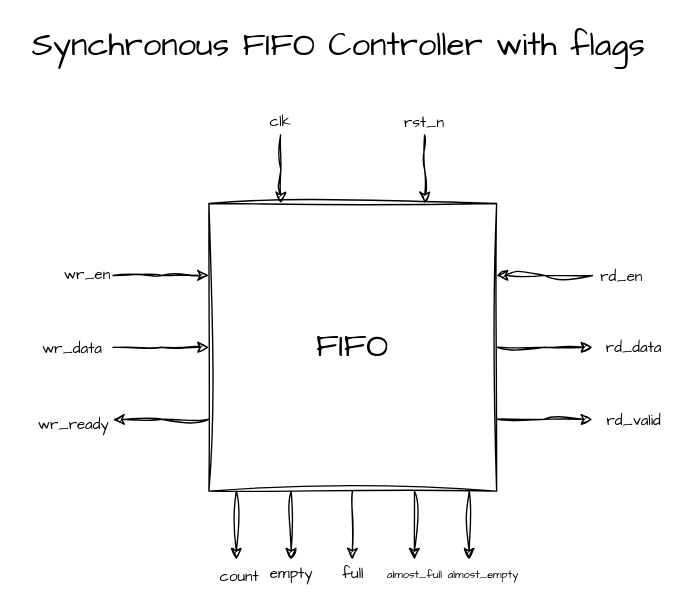
Above: MEDS-Training/module4-tasks/t18_fifo_flags/docs/fifo_ext.drawio in AbdurRahman020/MEDS (draw.io), before the change. Source tidied: cells renumbered, new cells numbered last; positions are measured from the earlier drawing's top-left corner, leaving out a move shared by most shapes. Both pictures are drawn from the tidied source at 137%, with x=0, y=0 at pixel (23, 25).
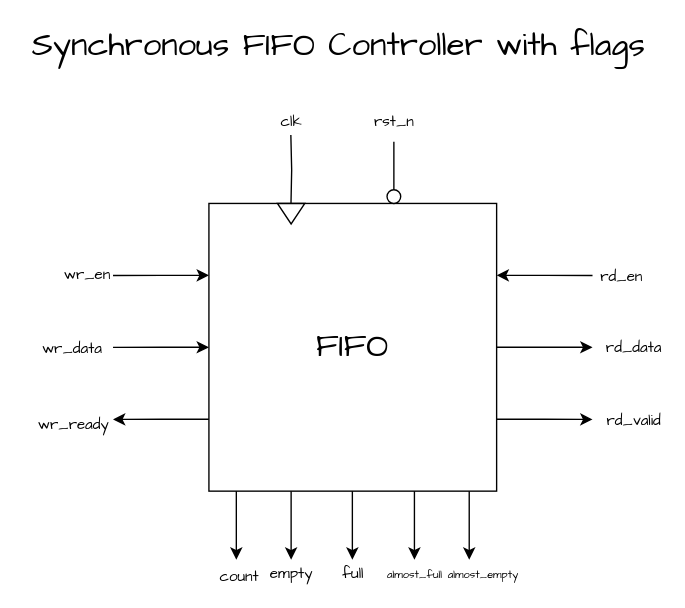
After the change.

Diff of the diagram source:
```diff
@@
-    <mxCell id="2" value="rd_en" style="edgeStyle=orthogonalEdgeStyle;rounded=0;jettySize=auto;html=1;exitX=1;exitY=0.25;exitDx=0;exitDy=0;startArrow=classic;startFill=1;endArrow=none;endFill=0;fontFamily=Comic Sans MS;sketch=1;curveFitting=1;jiggle=2;" parent="1" edge="1" source="13">
+    <mxCell id="2" value="rd_en" style="edgeStyle=orthogonalEdgeStyle;rounded=0;jettySize=auto;html=1;exitX=1;exitY=0.25;exitDx=0;exitDy=0;startArrow=classic;startFill=1;endArrow=none;endFill=0;fontFamily=Comic Sans MS;" parent="1" edge="1" source="13">
       <mxGeometry x="1" y="-20" relative="1" as="geometry">
         <mxPoint x="415" y="182.6" as="targetPoint" />
         <mxPoint x="20" y="-20" as="offset" />
       </mxGeometry>
     </mxCell>
-    <mxCell id="3" value="rd_data" style="edgeStyle=orthogonalEdgeStyle;rounded=0;jettySize=auto;html=1;exitX=1;exitY=0.5;exitDx=0;exitDy=0;startArrow=none;startFill=0;endArrow=classic;endFill=1;fontFamily=Comic Sans MS;sketch=1;curveFitting=1;jiggle=2;" parent="1" edge="1" source="13">
+    <mxCell id="3" value="rd_data" style="edgeStyle=orthogonalEdgeStyle;rounded=0;jettySize=auto;html=1;exitX=1;exitY=0.5;exitDx=0;exitDy=0;startArrow=none;startFill=0;endArrow=classic;endFill=1;fontFamily=Comic Sans MS;" parent="1" edge="1" source="13">
       <mxGeometry x="1" y="30" relative="1" as="geometry">
         <mxPoint x="415" y="235" as="targetPoint" />
         <mxPoint x="30" y="30" as="offset" />
       </mxGeometry>
     </mxCell>
-    <mxCell id="4" value="rd_valid" style="edgeStyle=orthogonalEdgeStyle;rounded=0;jettySize=auto;html=1;exitX=1;exitY=0.75;exitDx=0;exitDy=0;startArrow=none;startFill=0;endArrow=classic;endFill=1;fontFamily=Comic Sans MS;sketch=1;curveFitting=1;jiggle=2;" parent="1" edge="1" source="13">
+    <mxCell id="4" value="rd_valid" style="edgeStyle=orthogonalEdgeStyle;rounded=0;jettySize=auto;html=1;exitX=1;exitY=0.75;exitDx=0;exitDy=0;startArrow=none;startFill=0;endArrow=classic;endFill=1;fontFamily=Comic Sans MS;" parent="1" edge="1" source="13">
       <mxGeometry x="1" y="30" relative="1" as="geometry">
         <mxPoint x="415" y="287.7" as="targetPoint" />
         <mxPoint x="30" y="30" as="offset" />
       </mxGeometry>
     </mxCell>
-    <mxCell id="5" value="clk" style="edgeStyle=orthogonalEdgeStyle;rounded=0;jettySize=auto;html=1;exitX=0.25;exitY=0;exitDx=0;exitDy=0;startArrow=classic;startFill=1;endArrow=none;endFill=0;fontFamily=Comic Sans MS;sketch=1;curveFitting=1;jiggle=2;" parent="1" edge="1" source="13">
-      <mxGeometry x="1" y="-10" relative="1" as="geometry">
-        <mxPoint x="187.3" y="80" as="targetPoint" />
-        <mxPoint x="-10" y="-10" as="offset" />
-      </mxGeometry>
-    </mxCell>
-    <mxCell id="6" value="rst_n" style="edgeStyle=orthogonalEdgeStyle;rounded=0;jettySize=auto;html=1;exitX=0.75;exitY=0;exitDx=0;exitDy=0;startArrow=classic;startFill=1;endArrow=none;endFill=0;fontFamily=Comic Sans MS;sketch=1;curveFitting=1;jiggle=2;" parent="1" edge="1" source="13">
-      <mxGeometry x="1" y="10" relative="1" as="geometry">
-        <mxPoint x="292.4" y="80" as="targetPoint" />
-        <mxPoint x="10" y="-10" as="offset" />
+    <mxCell id="6" value="rst_n" style="edgeStyle=orthogonalEdgeStyle;rounded=0;orthogonalLoop=1;jettySize=auto;html=1;exitX=0.75;exitY=0;exitDx=0;exitDy=0;startArrow=none;startFill=0;endArrow=none;endFill=0;fontFamily=Comic Sans MS;" parent="1" edge="1">
+      <mxGeometry x="1" y="-15" relative="1" as="geometry">
+        <mxPoint x="270" y="120" as="sourcePoint" />
+        <mxPoint x="270" y="85" as="targetPoint" />
+        <mxPoint x="-15" y="-15" as="offset" />
       </mxGeometry>
     </mxCell>
-    <mxCell id="7" style="edgeStyle=orthogonalEdgeStyle;rounded=0;jettySize=auto;html=1;exitX=0;exitY=0.25;exitDx=0;exitDy=0;startArrow=classic;startFill=1;endArrow=none;endFill=0;fontFamily=Comic Sans MS;sketch=1;curveFitting=1;jiggle=2;" parent="1" edge="1" source="13">
+    <mxCell id="7" style="edgeStyle=orthogonalEdgeStyle;rounded=0;jettySize=auto;html=1;exitX=0;exitY=0.25;exitDx=0;exitDy=0;startArrow=classic;startFill=1;endArrow=none;endFill=0;fontFamily=Comic Sans MS;" parent="1" edge="1" source="13">
       <mxGeometry relative="1" as="geometry">
         <mxPoint x="65" y="182.6" as="targetPoint" />
       </mxGeometry>
     </mxCell>
-    <mxCell id="8" value="wr_en" style="edgeLabel;html=1;align=center;verticalAlign=middle;fontFamily=Comic Sans MS;sketch=1;curveFitting=1;jiggle=2;" parent="7" vertex="1">
+    <mxCell id="8" value="wr_en" style="edgeLabel;html=1;align=center;verticalAlign=middle;fontFamily=Comic Sans MS;" parent="7" vertex="1">
       <mxGeometry x="0.3" y="-1" relative="1" as="geometry">
         <mxPoint x="-44" as="offset" />
       </mxGeometry>
     </mxCell>
-    <mxCell id="9" style="edgeStyle=orthogonalEdgeStyle;rounded=0;jettySize=auto;html=1;exitX=0;exitY=0.5;exitDx=0;exitDy=0;startArrow=classic;startFill=1;endArrow=none;endFill=0;fontFamily=Comic Sans MS;sketch=1;curveFitting=1;jiggle=2;" parent="1" edge="1" source="13">
+    <mxCell id="9" style="edgeStyle=orthogonalEdgeStyle;rounded=0;jettySize=auto;html=1;exitX=0;exitY=0.5;exitDx=0;exitDy=0;startArrow=classic;startFill=1;endArrow=none;endFill=0;fontFamily=Comic Sans MS;" parent="1" edge="1" source="13">
       <mxGeometry relative="1" as="geometry">
         <mxPoint x="65" y="235.1" as="targetPoint" />
       </mxGeometry>
     </mxCell>
-    <mxCell id="10" value="wr_data" style="edgeLabel;html=1;align=center;verticalAlign=middle;fontFamily=Comic Sans MS;sketch=1;curveFitting=1;jiggle=2;" parent="9" vertex="1">
+    <mxCell id="10" value="wr_data" style="edgeLabel;html=1;align=center;verticalAlign=middle;fontFamily=Comic Sans MS;" parent="9" vertex="1">
       <mxGeometry x="0.24" y="-1" relative="1" as="geometry">
         <mxPoint x="-57" y="1" as="offset" />
       </mxGeometry>
     </mxCell>
-    <mxCell id="11" style="edgeStyle=orthogonalEdgeStyle;rounded=0;jettySize=auto;html=1;exitX=0;exitY=0.75;exitDx=0;exitDy=0;fontFamily=Comic Sans MS;sketch=1;curveFitting=1;jiggle=2;" parent="1" edge="1" source="13">
+    <mxCell id="11" style="edgeStyle=orthogonalEdgeStyle;rounded=0;jettySize=auto;html=1;exitX=0;exitY=0.75;exitDx=0;exitDy=0;fontFamily=Comic Sans MS;" parent="1" edge="1" source="13">
       <mxGeometry relative="1" as="geometry">
         <mxPoint x="65" y="287.7" as="targetPoint" />
       </mxGeometry>
     </mxCell>
-    <mxCell id="12" value="wr_ready" style="edgeLabel;html=1;align=center;verticalAlign=middle;fontFamily=Comic Sans MS;sketch=1;curveFitting=1;jiggle=2;" parent="11" vertex="1">
+    <mxCell id="12" value="wr_ready" style="edgeLabel;html=1;align=center;verticalAlign=middle;fontFamily=Comic Sans MS;" parent="11" vertex="1">
       <mxGeometry x="-0.01" y="2" relative="1" as="geometry">
         <mxPoint x="-65" as="offset" />
       </mxGeometry>
     </mxCell>
-    <mxCell id="13" value="&lt;font style=&quot;font-size: 24px;&quot;&gt;FIFO&lt;/font&gt;" style="rounded=0;whiteSpace=wrap;html=1;fontFamily=Comic Sans MS;sketch=1;curveFitting=1;jiggle=2;" parent="1" vertex="1">
+    <mxCell id="13" value="&lt;font style=&quot;font-size: 24px;&quot;&gt;FIFO&lt;/font&gt;" style="rounded=0;whiteSpace=wrap;html=1;fontFamily=Comic Sans MS;" parent="1" vertex="1">
       <mxGeometry x="135" y="130" width="210" height="210" as="geometry" />
     </mxCell>
-    <mxCell id="14" value="&lt;font style=&quot;font-size: 24px;&quot;&gt;Synchronous FIFO Controller with flags&lt;/font&gt;" style="text;html=1;whiteSpace=wrap;strokeColor=none;fillColor=none;align=center;verticalAlign=middle;rounded=0;fontFamily=Comic Sans MS;sketch=1;curveFitting=1;jiggle=2;" parent="1" vertex="1">
+    <mxCell id="14" value="&lt;font style=&quot;font-size: 24px;&quot;&gt;Synchronous FIFO Controller with flags&lt;/font&gt;" style="text;html=1;whiteSpace=wrap;strokeColor=none;fillColor=none;align=center;verticalAlign=middle;rounded=0;fontFamily=Comic Sans MS;" parent="1" vertex="1">
       <mxGeometry width="460" height="30" as="geometry" />
     </mxCell>
-    <mxCell id="15" value="&lt;font style=&quot;font-size: 8px;&quot;&gt;almost_empty&lt;/font&gt;" style="endArrow=classic;html=1;rounded=0;exitX=0.668;exitY=1;exitDx=0;exitDy=0;exitPerimeter=0;fontFamily=Comic Sans MS;sketch=1;curveFitting=1;jiggle=2;" parent="1" edge="1">
+    <mxCell id="15" value="&lt;font style=&quot;font-size: 8px;&quot;&gt;almost_empty&lt;/font&gt;" style="endArrow=classic;html=1;rounded=0;exitX=0.668;exitY=1;exitDx=0;exitDy=0;exitPerimeter=0;fontFamily=Comic Sans MS;" parent="1" edge="1">
       <mxGeometry x="1" y="14" relative="1" as="geometry">
         <mxPoint x="325" y="340" as="sourcePoint" />
         <mxPoint x="325" y="390" as="targetPoint" />
         <mxPoint x="-4" y="10" as="offset" />
       </mxGeometry>
     </mxCell>
-    <mxCell id="16" value="empty" style="endArrow=classic;html=1;rounded=0;exitX=0.668;exitY=1;exitDx=0;exitDy=0;exitPerimeter=0;fontFamily=Comic Sans MS;sketch=1;curveFitting=1;jiggle=2;" parent="1" edge="1">
+    <mxCell id="16" value="empty" style="endArrow=classic;html=1;rounded=0;exitX=0.668;exitY=1;exitDx=0;exitDy=0;exitPerimeter=0;fontFamily=Comic Sans MS;" parent="1" edge="1">
       <mxGeometry x="1" y="10" relative="1" as="geometry">
         <mxPoint x="195" y="340" as="sourcePoint" />
         <mxPoint x="195" y="390" as="targetPoint" />
         <mxPoint x="-10" y="10" as="offset" />
       </mxGeometry>
     </mxCell>
-    <mxCell id="17" style="endArrow=classic;html=1;rounded=0;exitX=0.668;exitY=1;exitDx=0;exitDy=0;exitPerimeter=0;fontFamily=Comic Sans MS;sketch=1;curveFitting=1;jiggle=2;" parent="1" edge="1">
+    <mxCell id="17" style="endArrow=classic;html=1;rounded=0;exitX=0.668;exitY=1;exitDx=0;exitDy=0;exitPerimeter=0;fontFamily=Comic Sans MS;" parent="1" edge="1">
       <mxGeometry relative="1" as="geometry">
         <mxPoint x="155" y="340" as="sourcePoint" />
         <mxPoint x="155" y="390" as="targetPoint" />
       </mxGeometry>
     </mxCell>
-    <mxCell id="18" value="count" style="edgeLabel;html=1;align=center;verticalAlign=middle;fontFamily=Comic Sans MS;sketch=1;curveFitting=1;jiggle=2;" parent="17" vertex="1">
+    <mxCell id="18" value="count" style="edgeLabel;html=1;align=center;verticalAlign=middle;fontFamily=Comic Sans MS;" parent="17" vertex="1">
       <mxGeometry x="0.14" y="1" relative="1" as="geometry">
         <mxPoint y="32" as="offset" />
       </mxGeometry>
     </mxCell>
-    <mxCell id="19" value="full" style="endArrow=classic;html=1;rounded=0;exitX=0.668;exitY=1;exitDx=0;exitDy=0;exitPerimeter=0;fontFamily=Comic Sans MS;sketch=1;curveFitting=1;jiggle=2;" parent="1" edge="1">
+    <mxCell id="19" value="full" style="endArrow=classic;html=1;rounded=0;exitX=0.668;exitY=1;exitDx=0;exitDy=0;exitPerimeter=0;fontFamily=Comic Sans MS;" parent="1" edge="1">
       <mxGeometry x="1" y="10" relative="1" as="geometry">
         <mxPoint x="239.7" y="340" as="sourcePoint" />
         <mxPoint x="239.7" y="390" as="targetPoint" />
         <mxPoint x="-10" y="10" as="offset" />
       </mxGeometry>
     </mxCell>
-    <mxCell id="20" value="&lt;font style=&quot;font-size: 8px;&quot;&gt;almost_full&lt;/font&gt;" style="endArrow=classic;html=1;rounded=0;exitX=0.668;exitY=1;exitDx=0;exitDy=0;exitPerimeter=0;fontFamily=Comic Sans MS;sketch=1;curveFitting=1;jiggle=2;" parent="1" edge="1">
+    <mxCell id="20" value="&lt;font style=&quot;font-size: 8px;&quot;&gt;almost_full&lt;/font&gt;" style="endArrow=classic;html=1;rounded=0;exitX=0.668;exitY=1;exitDx=0;exitDy=0;exitPerimeter=0;fontFamily=Comic Sans MS;" parent="1" edge="1">
       <mxGeometry x="1" y="10" relative="1" as="geometry">
         <mxPoint x="285" y="340" as="sourcePoint" />
         <mxPoint x="285" y="390" as="targetPoint" />
         <mxPoint x="-10" y="10" as="offset" />
       </mxGeometry>
     </mxCell>
+    <mxCell id="21" style="triangle;whiteSpace=wrap;html=1;direction=south;" parent="1" vertex="1">
+      <mxGeometry x="185" y="130" width="20" height="15" as="geometry" />
+    </mxCell>
+    <mxCell id="22" style="ellipse;whiteSpace=wrap;html=1;" parent="1" vertex="1">
+      <mxGeometry x="265" y="120" width="10" height="10" as="geometry" />
+    </mxCell>
+    <mxCell id="5" value="clk" style="edgeStyle=orthogonalEdgeStyle;rounded=0;orthogonalLoop=1;jettySize=auto;html=1;exitX=0.75;exitY=0;exitDx=0;exitDy=0;startArrow=none;startFill=0;endArrow=none;endFill=0;fontFamily=Comic Sans MS;" parent="1" edge="1">
+      <mxGeometry x="1" y="10" relative="1" as="geometry">
+        <mxPoint x="194.9" y="130" as="sourcePoint" />
+        <mxPoint x="194.8" y="80" as="targetPoint" />
+        <mxPoint x="10" y="-10" as="offset" />
+      </mxGeometry>
+    </mxCell>
```
